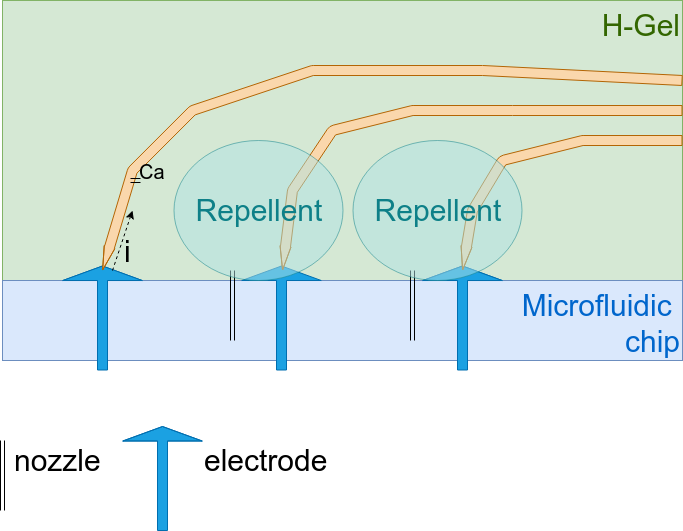
This is hld.png from research-team/selective-interface, a draw.io export, as it was before one commit. Source tidied: cells renumbered, new cells last; positions are measured from the earlier drawing's top-left corner, leaving out a move shared by most shapes.
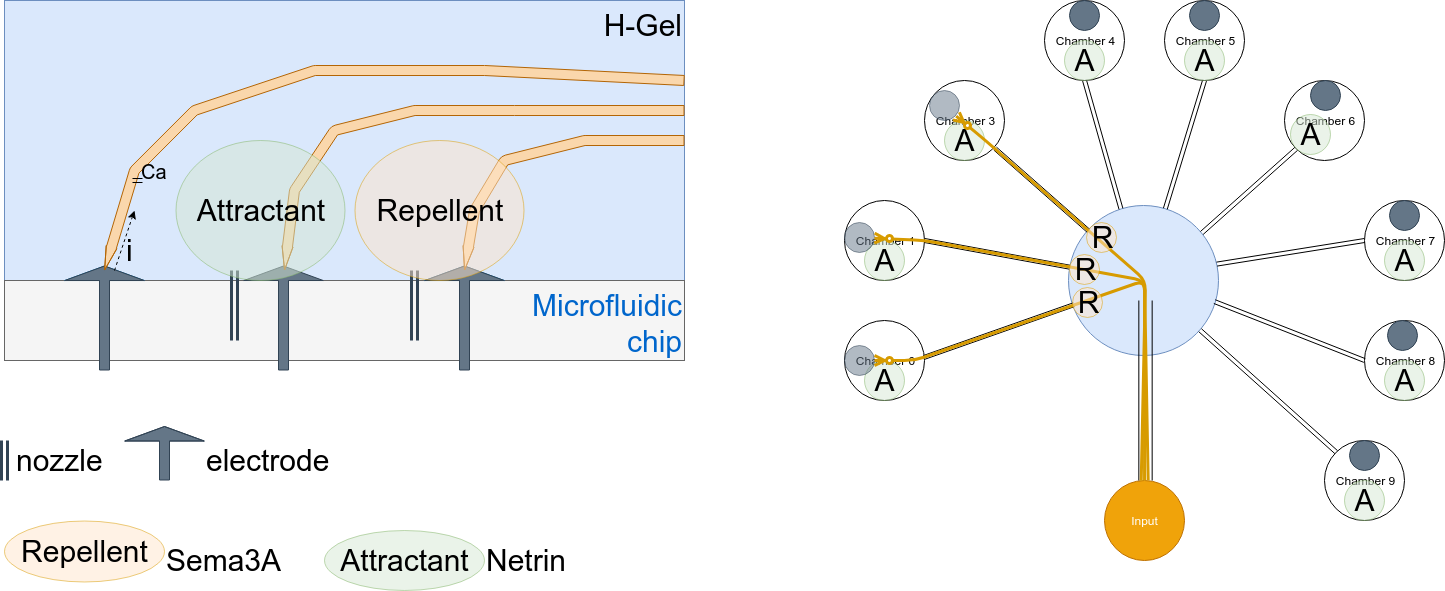
After the commit.

Commit message:
added top view on the selective interface

What changed in the source:
```diff
@@ -8,12 +8,18 @@
     <mxCell id="3" value="H-Gel" style="rounded=0;whiteSpace=wrap;html=1;fontSize=30;fillColor=#d5e8d4;strokeColor=#82b366;align=left;verticalAlign=top;fontColor=#336600;" parent="1" vertex="1">
       <mxGeometry width="680" height="280" as="geometry" />
     </mxCell>
-    <mxCell id="4" value="H-Gel" style="rounded=0;whiteSpace=wrap;html=1;fontSize=30;fillColor=#d5e8d4;strokeColor=#82b366;align=right;verticalAlign=top;fontColor=#336600;" parent="1" vertex="1">
+    <mxCell id="4" value="H-Gel" style="rounded=0;whiteSpace=wrap;html=1;fontSize=30;fillColor=#dae8fc;strokeColor=#6c8ebf;align=right;verticalAlign=top;" parent="1" vertex="1">
       <mxGeometry width="680" height="280" as="geometry" />
     </mxCell>
-    <mxCell id="5" value="&lt;font color=&quot;#0066cc&quot;&gt;Microfluidic &lt;br&gt;chip&lt;/font&gt;" style="rounded=0;whiteSpace=wrap;html=1;fontSize=30;fillColor=#dae8fc;strokeColor=#6c8ebf;align=right;verticalAlign=top;" parent="1" vertex="1">
+    <mxCell id="5" value="&lt;font color=&quot;#0066cc&quot;&gt;Microfluidic &lt;br&gt;chip&lt;/font&gt;" style="rounded=0;whiteSpace=wrap;html=1;fontSize=30;fillColor=#f5f5f5;strokeColor=#666666;align=right;verticalAlign=top;fontColor=#333333;" parent="1" vertex="1">
       <mxGeometry y="280" width="680" height="80" as="geometry" />
     </mxCell>
+    <mxCell id="28" value="&lt;font style=&quot;font-size: 30px&quot;&gt;Sema3A&lt;/font&gt;" style="text;html=1;align=left;verticalAlign=top;spacingTop=-4;" parent="1" vertex="1">
+      <mxGeometry x="160" y="540" width="130" height="20" as="geometry" />
+    </mxCell>
+    <mxCell id="29" value="&lt;font style=&quot;font-size: 30px&quot;&gt;Netrin&lt;/font&gt;" style="text;html=1;align=left;verticalAlign=top;spacingTop=-4;" parent="1" vertex="1">
+      <mxGeometry x="480" y="540" width="100" height="20" as="geometry" />
+    </mxCell>
     <mxCell id="6" value="1" parent="0" />
     <mxCell id="7" style="shape=flexArrow;endArrow=classic;html=1;fontSize=30;fillColor=#1ba1e2;strokeColor=#006EAF;endWidth=68.49162011173185;endSize=4.5061452513966485;" parent="6" edge="1">
       <mxGeometry relative="1" as="geometry">
@@ -21,7 +27,7 @@
         <mxPoint x="100" y="265" as="targetPoint" />
       </mxGeometry>
     </mxCell>
-    <mxCell id="8" style="shape=flexArrow;endArrow=classic;html=1;fontSize=30;fillColor=#1ba1e2;strokeColor=#006EAF;endWidth=68.49162011173185;endSize=4.5061452513966485;" parent="6" edge="1">
+    <mxCell id="8" style="shape=flexArrow;endArrow=classic;html=1;fontSize=30;fillColor=#647687;strokeColor=#314354;endWidth=68.49162011173185;endSize=4.5061452513966485;" parent="6" edge="1">
       <mxGeometry relative="1" as="geometry">
         <mxPoint x="279" y="370" as="sourcePoint" />
         <mxPoint x="279" y="265" as="targetPoint" />
@@ -33,21 +39,21 @@
         <mxPoint x="460" y="265" as="targetPoint" />
       </mxGeometry>
     </mxCell>
-    <mxCell id="10" style="shape=flexArrow;endArrow=classic;html=1;fontSize=30;fillColor=#1ba1e2;strokeColor=#006EAF;endWidth=68.49162011173185;endSize=4.5061452513966485;" parent="6" edge="1">
+    <mxCell id="10" style="shape=flexArrow;endArrow=classic;html=1;fontSize=30;fillColor=#647687;strokeColor=#314354;endWidth=68.49162011173185;endSize=4.5061452513966485;" parent="6" edge="1">
       <mxGeometry relative="1" as="geometry">
         <mxPoint x="100" y="370" as="sourcePoint" />
         <mxPoint x="100" y="265" as="targetPoint" />
       </mxGeometry>
     </mxCell>
-    <mxCell id="11" style="shape=flexArrow;endArrow=classic;html=1;fontSize=30;fillColor=#1ba1e2;strokeColor=#006EAF;endWidth=68.49162011173185;endSize=4.5061452513966485;" parent="6" edge="1">
+    <mxCell id="11" style="shape=flexArrow;endArrow=classic;html=1;fontSize=30;fillColor=#647687;strokeColor=#314354;endWidth=68.49162011173185;endSize=4.5061452513966485;" parent="6" edge="1">
       <mxGeometry relative="1" as="geometry">
         <mxPoint x="460" y="370" as="sourcePoint" />
         <mxPoint x="460" y="265" as="targetPoint" />
       </mxGeometry>
     </mxCell>
-    <mxCell id="12" style="shape=link;html=1;" parent="6" edge="1">
+    <mxCell id="12" style="shape=link;html=1;fillColor=#647687;strokeColor=#314354;strokeWidth=3;" parent="6" edge="1">
       <mxGeometry relative="1" as="geometry">
-        <mxPoint y="510" as="sourcePoint" />
+        <mxPoint y="480" as="sourcePoint" />
         <mxPoint y="440" as="targetPoint" />
       </mxGeometry>
     </mxCell>
@@ -65,13 +71,13 @@
         </Array>
       </mxGeometry>
     </mxCell>
-    <mxCell id="15" style="shape=link;html=1;" parent="6" edge="1">
+    <mxCell id="15" style="shape=link;html=1;fillColor=#647687;strokeColor=#314354;strokeWidth=3;" parent="6" edge="1">
       <mxGeometry relative="1" as="geometry">
         <mxPoint x="410" y="340" as="sourcePoint" />
         <mxPoint x="410" y="270" as="targetPoint" />
       </mxGeometry>
     </mxCell>
-    <mxCell id="16" style="shape=link;html=1;" parent="6" edge="1">
+    <mxCell id="16" style="shape=link;html=1;fillColor=#647687;strokeColor=#314354;strokeWidth=3;" parent="6" edge="1">
       <mxGeometry relative="1" as="geometry">
         <mxPoint x="230" y="340" as="sourcePoint" />
         <mxPoint x="230" y="270" as="targetPoint" />
@@ -101,9 +107,9 @@
         </Array>
       </mxGeometry>
     </mxCell>
-    <mxCell id="19" style="shape=flexArrow;endArrow=classic;html=1;fontSize=30;fillColor=#1ba1e2;strokeColor=#006EAF;endWidth=68.49162011173185;endSize=4.5061452513966485;" parent="6" edge="1">
+    <mxCell id="19" style="shape=flexArrow;endArrow=classic;html=1;fontSize=30;fillColor=#647687;strokeColor=#314354;endWidth=68.49162011173185;endSize=4.5061452513966485;" parent="6" edge="1">
       <mxGeometry relative="1" as="geometry">
-        <mxPoint x="160" y="530.5" as="sourcePoint" />
+        <mxPoint x="160" y="480" as="sourcePoint" />
         <mxPoint x="160" y="425.5" as="targetPoint" />
         <Array as="points">
           <mxPoint x="160" y="425.5" />
@@ -136,11 +142,172 @@
       </mxGeometry>
     </mxCell>
     <mxCell id="25" value="repellent" parent="0" />
-    <mxCell id="26" value="&lt;font color=&quot;#0e8088&quot;&gt;Repellent&lt;/font&gt;" style="ellipse;whiteSpace=wrap;html=1;fontSize=30;fillColor=#b0e3e6;strokeColor=#0e8088;opacity=50;" parent="25" vertex="1">
+    <mxCell id="26" value="&lt;font&gt;Attractant&lt;/font&gt;" style="ellipse;whiteSpace=wrap;html=1;fontSize=30;fillColor=#d5e8d4;strokeColor=#82b366;opacity=50;fontColor=#000000;" parent="25" vertex="1">
       <mxGeometry x="171" y="140" width="169" height="140" as="geometry" />
     </mxCell>
-    <mxCell id="27" value="&lt;font color=&quot;#0e8088&quot;&gt;Repellent&lt;/font&gt;" style="ellipse;whiteSpace=wrap;html=1;fontSize=30;fillColor=#b0e3e6;strokeColor=#0e8088;opacity=50;" parent="25" vertex="1">
+    <mxCell id="27" value="&lt;font&gt;Repellent&lt;/font&gt;" style="ellipse;whiteSpace=wrap;html=1;fontSize=30;fillColor=#ffe6cc;strokeColor=#d79b00;opacity=50;fontColor=#000000;" parent="25" vertex="1">
       <mxGeometry x="350" y="140" width="169" height="140" as="geometry" />
     </mxCell>
+    <mxCell id="30" value="Repellent" style="ellipse;whiteSpace=wrap;html=1;fontSize=30;fillColor=#ffe6cc;strokeColor=#d79b00;opacity=50;" parent="25" vertex="1">
+      <mxGeometry y="520" width="160" height="61" as="geometry" />
+    </mxCell>
+    <mxCell id="31" value="Attractant" style="ellipse;whiteSpace=wrap;html=1;fontSize=30;fillColor=#d5e8d4;strokeColor=#82b366;opacity=50;" parent="25" vertex="1">
+      <mxGeometry x="320" y="530" width="160" height="60" as="geometry" />
+    </mxCell>
+    <mxCell id="32" value="top" parent="0" />
+    <mxCell id="33" value="Input" style="ellipse;whiteSpace=wrap;html=1;fillColor=#f0a30a;strokeColor=#BD7000;fontColor=#ffffff;" parent="32" vertex="1">
+      <mxGeometry x="1100" y="480" width="80" height="80" as="geometry" />
+    </mxCell>
+    <mxCell id="34" style="ellipse;whiteSpace=wrap;html=1;fillColor=#dae8fc;strokeColor=#6c8ebf;" parent="32" vertex="1">
+      <mxGeometry x="1064" y="205" width="150" height="150" as="geometry" />
+    </mxCell>
+    <mxCell id="35" value="Chamber 0" style="ellipse;whiteSpace=wrap;html=1;" parent="32" vertex="1">
+      <mxGeometry x="840" y="320" width="80" height="80" as="geometry" />
+    </mxCell>
+    <mxCell id="36" value="Chamber 1" style="ellipse;whiteSpace=wrap;html=1;" parent="32" vertex="1">
+      <mxGeometry x="840" y="200" width="80" height="80" as="geometry" />
+    </mxCell>
+    <mxCell id="37" value="Chamber 3" style="ellipse;whiteSpace=wrap;html=1;" parent="32" vertex="1">
+      <mxGeometry x="920" y="80" width="80" height="80" as="geometry" />
+    </mxCell>
+    <mxCell id="38" value="Chamber 4" style="ellipse;whiteSpace=wrap;html=1;" parent="32" vertex="1">
+      <mxGeometry x="1040" width="80" height="80" as="geometry" />
+    </mxCell>
+    <mxCell id="39" value="Chamber 8" style="ellipse;whiteSpace=wrap;html=1;" parent="32" vertex="1">
+      <mxGeometry x="1360" y="320" width="80" height="80" as="geometry" />
+    </mxCell>
+    <mxCell id="40" value="Chamber 7" style="ellipse;whiteSpace=wrap;html=1;" parent="32" vertex="1">
+      <mxGeometry x="1360" y="200" width="80" height="80" as="geometry" />
+    </mxCell>
+    <mxCell id="41" value="Chamber 6" style="ellipse;whiteSpace=wrap;html=1;" parent="32" vertex="1">
+      <mxGeometry x="1280" y="80" width="80" height="80" as="geometry" />
+    </mxCell>
+    <mxCell id="42" value="Chamber 5" style="ellipse;whiteSpace=wrap;html=1;" parent="32" vertex="1">
+      <mxGeometry x="1160" width="80" height="80" as="geometry" />
+    </mxCell>
+    <mxCell id="43" style="shape=link;html=1;strokeWidth=1;endSize=6;startSize=6;width=13.333333333333332;" parent="32" edge="1">
+      <mxGeometry relative="1" as="geometry">
+        <mxPoint x="1141" y="480" as="sourcePoint" />
+        <mxPoint x="1141" y="300" as="targetPoint" />
+      </mxGeometry>
+    </mxCell>
+    <mxCell id="44" style="shape=link;html=1;exitX=0.994;exitY=0.462;exitDx=0;exitDy=0;entryX=0.036;entryY=0.662;entryDx=0;entryDy=0;entryPerimeter=0;exitPerimeter=0;" parent="32" edge="1" source="35" target="34">
+      <mxGeometry relative="1" as="geometry" />
+    </mxCell>
+    <mxCell id="45" style="shape=link;html=1;exitX=0.5;exitY=1;exitDx=0;exitDy=0;entryX=0.349;entryY=0.022;entryDx=0;entryDy=0;entryPerimeter=0;" parent="32" edge="1" source="38" target="34">
+      <mxGeometry relative="1" as="geometry" />
+    </mxCell>
+    <mxCell id="46" style="shape=link;html=1;exitX=0.5;exitY=1;exitDx=0;exitDy=0;" parent="32" edge="1" source="42" target="34">
+      <mxGeometry relative="1" as="geometry" />
+    </mxCell>
+    <mxCell id="47" style="shape=link;html=1;exitX=1;exitY=0.5;exitDx=0;exitDy=0;entryX=0.007;entryY=0.411;entryDx=0;entryDy=0;entryPerimeter=0;" parent="32" edge="1" source="36" target="34">
+      <mxGeometry relative="1" as="geometry" />
+    </mxCell>
+    <mxCell id="48" style="shape=link;html=1;entryX=0.067;entryY=0.274;entryDx=0;entryDy=0;entryPerimeter=0;exitX=0.883;exitY=0.851;exitDx=0;exitDy=0;exitPerimeter=0;" parent="32" edge="1" source="37" target="77">
+      <mxGeometry relative="1" as="geometry" />
+    </mxCell>
+    <mxCell id="49" style="shape=link;html=1;exitX=0;exitY=1;exitDx=0;exitDy=0;entryX=0.889;entryY=0.184;entryDx=0;entryDy=0;entryPerimeter=0;" parent="32" edge="1" source="41" target="34">
+      <mxGeometry relative="1" as="geometry" />
+    </mxCell>
+    <mxCell id="50" style="shape=link;html=1;exitX=0;exitY=0.5;exitDx=0;exitDy=0;entryX=0.989;entryY=0.391;entryDx=0;entryDy=0;entryPerimeter=0;" parent="32" edge="1" source="40" target="34">
+      <mxGeometry relative="1" as="geometry" />
+    </mxCell>
+    <mxCell id="51" style="shape=link;html=1;exitX=0;exitY=0.5;exitDx=0;exitDy=0;entryX=0.973;entryY=0.64;entryDx=0;entryDy=0;entryPerimeter=0;" parent="32" edge="1" source="39" target="34">
+      <mxGeometry relative="1" as="geometry" />
+    </mxCell>
+    <mxCell id="52" value="Chamber 9" style="ellipse;whiteSpace=wrap;html=1;" parent="32" vertex="1">
+      <mxGeometry x="1320" y="440" width="80" height="80" as="geometry" />
+    </mxCell>
+    <mxCell id="53" style="shape=link;html=1;exitX=0;exitY=0;exitDx=0;exitDy=0;entryX=0.878;entryY=0.831;entryDx=0;entryDy=0;entryPerimeter=0;" parent="32" edge="1" source="52" target="34">
+      <mxGeometry relative="1" as="geometry" />
+    </mxCell>
+    <mxCell id="54" value="A" style="ellipse;whiteSpace=wrap;html=1;fontSize=30;fillColor=#d5e8d4;strokeColor=#82b366;opacity=50;" parent="32" vertex="1">
+      <mxGeometry x="860" y="360" width="40" height="40" as="geometry" />
+    </mxCell>
+    <mxCell id="55" value="A" style="ellipse;whiteSpace=wrap;html=1;fontSize=30;fillColor=#d5e8d4;strokeColor=#82b366;opacity=50;" parent="32" vertex="1">
+      <mxGeometry x="860" y="240" width="40" height="40" as="geometry" />
+    </mxCell>
+    <mxCell id="56" value="A" style="ellipse;whiteSpace=wrap;html=1;fontSize=30;fillColor=#d5e8d4;strokeColor=#82b366;opacity=50;" parent="32" vertex="1">
+      <mxGeometry x="940" y="120" width="40" height="40" as="geometry" />
+    </mxCell>
+    <mxCell id="57" value="A" style="ellipse;whiteSpace=wrap;html=1;fontSize=30;fillColor=#d5e8d4;strokeColor=#82b366;opacity=50;" parent="32" vertex="1">
+      <mxGeometry x="1060" y="40" width="40" height="40" as="geometry" />
+    </mxCell>
+    <mxCell id="58" value="A" style="ellipse;whiteSpace=wrap;html=1;fontSize=30;fillColor=#d5e8d4;strokeColor=#82b366;opacity=50;" parent="32" vertex="1">
+      <mxGeometry x="1180" y="40" width="40" height="40" as="geometry" />
+    </mxCell>
+    <mxCell id="59" value="A" style="ellipse;whiteSpace=wrap;html=1;fontSize=30;fillColor=#d5e8d4;strokeColor=#82b366;opacity=50;" parent="32" vertex="1">
+      <mxGeometry x="1286" y="114" width="40" height="40" as="geometry" />
+    </mxCell>
+    <mxCell id="60" value="A" style="ellipse;whiteSpace=wrap;html=1;fontSize=30;fillColor=#d5e8d4;strokeColor=#82b366;opacity=50;" parent="32" vertex="1">
+      <mxGeometry x="1380" y="240" width="40" height="40" as="geometry" />
+    </mxCell>
+    <mxCell id="61" value="A" style="ellipse;whiteSpace=wrap;html=1;fontSize=30;fillColor=#d5e8d4;strokeColor=#82b366;opacity=50;" parent="32" vertex="1">
+      <mxGeometry x="1380" y="360" width="40" height="40" as="geometry" />
+    </mxCell>
+    <mxCell id="62" value="A" style="ellipse;whiteSpace=wrap;html=1;fontSize=30;fillColor=#d5e8d4;strokeColor=#82b366;opacity=50;" parent="32" vertex="1">
+      <mxGeometry x="1340" y="480" width="40" height="40" as="geometry" />
+    </mxCell>
+    <mxCell id="63" style="ellipse;whiteSpace=wrap;html=1;fontColor=#ffffff;fillColor=#647687;strokeColor=#314354;opacity=50;" parent="32" vertex="1">
+      <mxGeometry x="840" y="345" width="30" height="30" as="geometry" />
+    </mxCell>
+    <mxCell id="64" style="ellipse;whiteSpace=wrap;html=1;fontColor=#ffffff;fillColor=#647687;strokeColor=#314354;opacity=50;" parent="32" vertex="1">
+      <mxGeometry x="840" y="222" width="30" height="30" as="geometry" />
+    </mxCell>
+    <mxCell id="65" style="ellipse;whiteSpace=wrap;html=1;fontColor=#ffffff;fillColor=#647687;strokeColor=#314354;opacity=50;" parent="32" vertex="1">
+      <mxGeometry x="925" y="90" width="30" height="30" as="geometry" />
+    </mxCell>
+    <mxCell id="66" style="ellipse;whiteSpace=wrap;html=1;fontColor=#ffffff;fillColor=#647687;strokeColor=#314354;" parent="32" vertex="1">
+      <mxGeometry x="1065" width="30" height="30" as="geometry" />
+    </mxCell>
+    <mxCell id="67" style="ellipse;whiteSpace=wrap;html=1;fontColor=#ffffff;fillColor=#647687;strokeColor=#314354;" parent="32" vertex="1">
+      <mxGeometry x="1185" width="30" height="30" as="geometry" />
+    </mxCell>
+    <mxCell id="68" style="ellipse;whiteSpace=wrap;html=1;fontColor=#ffffff;fillColor=#647687;strokeColor=#314354;" parent="32" vertex="1">
+      <mxGeometry x="1306" y="80" width="30" height="30" as="geometry" />
+    </mxCell>
+    <mxCell id="69" style="ellipse;whiteSpace=wrap;html=1;fontColor=#ffffff;fillColor=#647687;strokeColor=#314354;" parent="32" vertex="1">
+      <mxGeometry x="1385" y="200" width="30" height="30" as="geometry" />
+    </mxCell>
+    <mxCell id="70" style="ellipse;whiteSpace=wrap;html=1;fontColor=#ffffff;fillColor=#647687;strokeColor=#314354;" parent="32" vertex="1">
+      <mxGeometry x="1383" y="320" width="30" height="30" as="geometry" />
+    </mxCell>
+    <mxCell id="71" style="ellipse;whiteSpace=wrap;html=1;fontColor=#ffffff;fillColor=#647687;strokeColor=#314354;" parent="32" vertex="1">
+      <mxGeometry x="1345" y="440" width="30" height="30" as="geometry" />
+    </mxCell>
+    <mxCell id="72" style="endArrow=ERzeroToMany;html=1;strokeWidth=3;fontColor=#000000;fillColor=#ffe6cc;strokeColor=#d79b00;endFill=1;exitX=0.5;exitY=0;exitDx=0;exitDy=0;" parent="32" edge="1" source="33" target="64">
+      <mxGeometry relative="1" as="geometry">
+        <Array as="points">
+          <mxPoint x="1140" y="280" />
+          <mxPoint x="920" y="240" />
+        </Array>
+      </mxGeometry>
+    </mxCell>
+    <mxCell id="73" style="endArrow=ERzeroToMany;html=1;strokeWidth=3;fontColor=#000000;fillColor=#ffe6cc;strokeColor=#d79b00;endFill=1;entryX=1;entryY=0.5;entryDx=0;entryDy=0;exitX=0.546;exitY=0;exitDx=0;exitDy=0;exitPerimeter=0;" parent="32" edge="1" source="33" target="63">
+      <mxGeometry relative="1" as="geometry">
+        <Array as="points">
+          <mxPoint x="1140" y="280" />
+          <mxPoint x="910" y="360" />
+        </Array>
+      </mxGeometry>
+    </mxCell>
+    <mxCell id="74" style="endArrow=ERzeroToMany;html=1;strokeWidth=3;fontColor=#000000;fillColor=#ffe6cc;strokeColor=#d79b00;endFill=1;entryX=1;entryY=1;entryDx=0;entryDy=0;exitX=0.459;exitY=0.003;exitDx=0;exitDy=0;exitPerimeter=0;" parent="32" edge="1" source="33">
+      <mxGeometry relative="1" as="geometry">
+        <mxPoint x="951.7" y="115.6" as="targetPoint" />
+        <Array as="points">
+          <mxPoint x="1141" y="280" />
+          <mxPoint x="981" y="140" />
+        </Array>
+      </mxGeometry>
+    </mxCell>
+    <mxCell id="75" value="R" style="ellipse;whiteSpace=wrap;html=1;fontSize=30;fillColor=#ffe6cc;strokeColor=#d79b00;opacity=50;" parent="32" vertex="1">
+      <mxGeometry x="1065" y="254" width="30" height="30" as="geometry" />
+    </mxCell>
+    <mxCell id="76" value="R" style="ellipse;whiteSpace=wrap;html=1;fontSize=30;fillColor=#ffe6cc;strokeColor=#d79b00;opacity=50;" parent="32" vertex="1">
+      <mxGeometry x="1068" y="287" width="30" height="30" as="geometry" />
+    </mxCell>
+    <mxCell id="77" value="R" style="ellipse;whiteSpace=wrap;html=1;fontSize=30;fillColor=#ffe6cc;strokeColor=#d79b00;opacity=50;" parent="32" vertex="1">
+      <mxGeometry x="1082" y="222" width="30" height="30" as="geometry" />
+    </mxCell>
   </root>
 </mxGraphModel>
```
